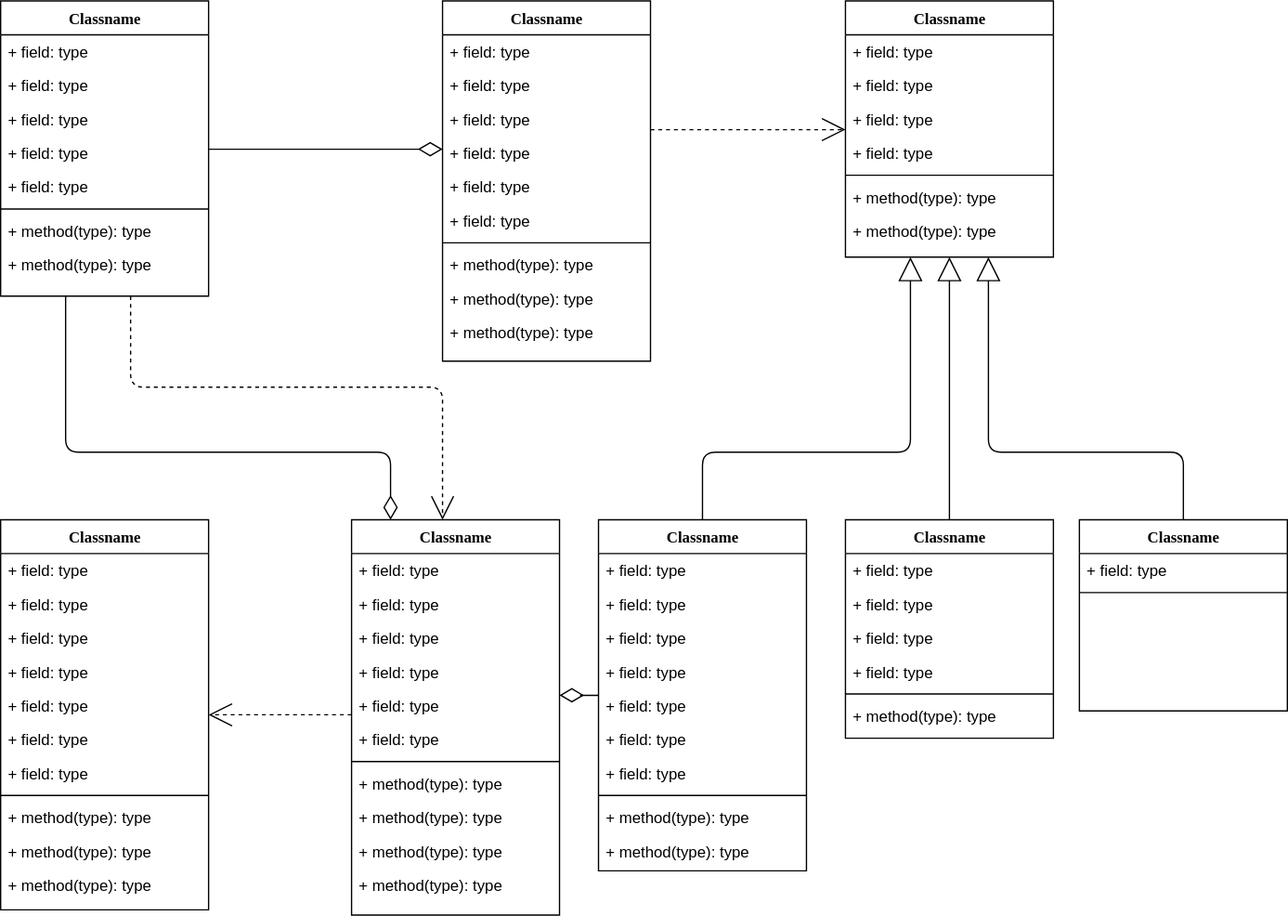
The draw.io diagram ScalableAppStructure.drawio.svg in dninov/ang-ngrx, before a commit. Source tidied: cells renumbered, new cells last; positions are measured from the earlier drawing's top-left corner, leaving out a move shared by most shapes.
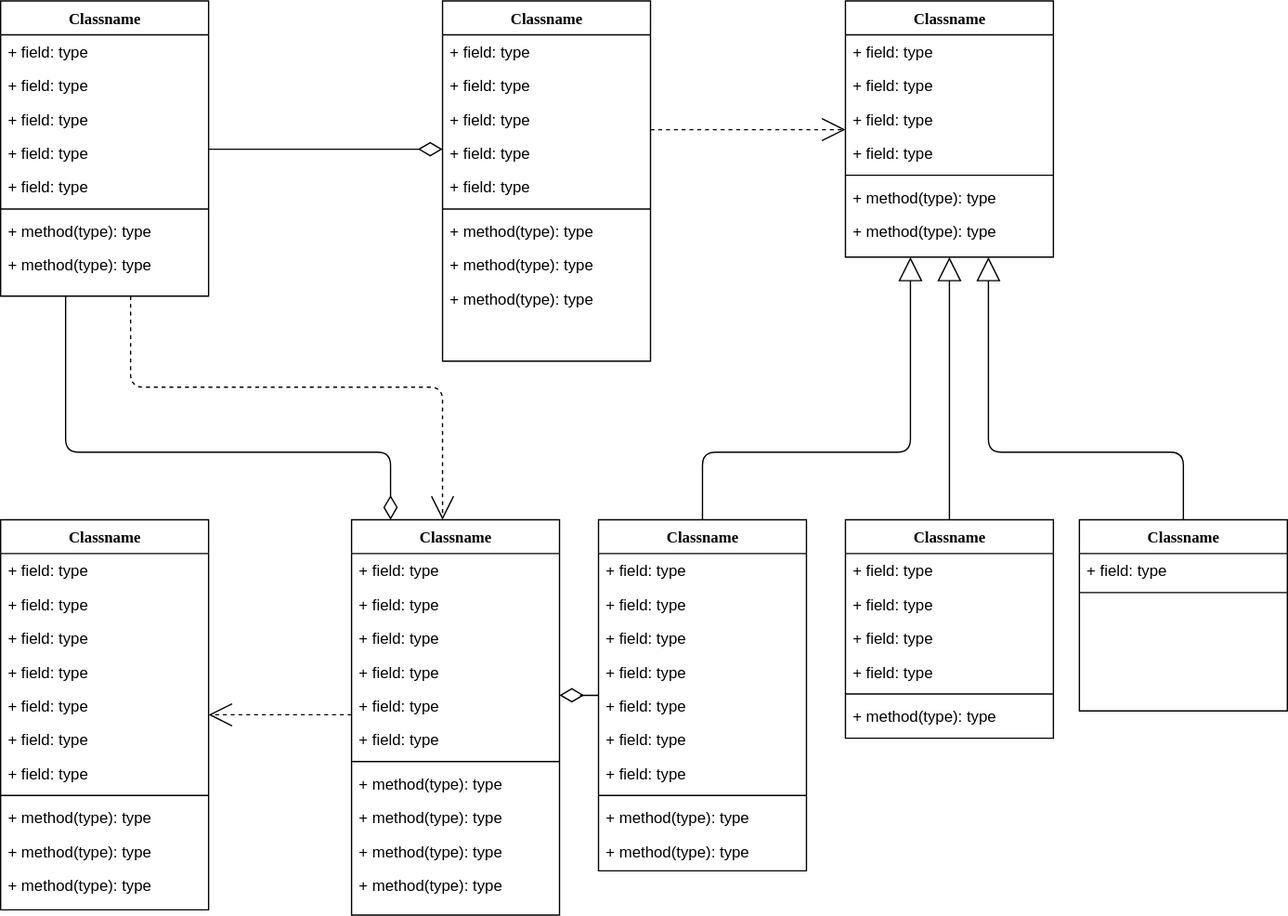
After the change.

The edit, as a diff of the source:
```diff
@@ -60,26 +60,23 @@
     <mxCell id="17" value="+ field: type" style="text;html=1;strokeColor=none;fillColor=none;align=left;verticalAlign=top;spacingLeft=4;spacingRight=4;whiteSpace=wrap;overflow=hidden;" parent="14" vertex="1">
       <mxGeometry y="78" width="160" height="26" as="geometry" />
     </mxCell>
-    <mxCell id="18" value="+ field: type" style="text;html=1;strokeColor=none;fillColor=none;align=left;verticalAlign=top;spacingLeft=4;spacingRight=4;whiteSpace=wrap;overflow=hidden;" parent="14" vertex="1">
-      <mxGeometry y="104" width="160" height="26" as="geometry" />
-    </mxCell>
     <mxCell id="19" value="+ field: type" style="text;html=1;strokeColor=none;fillColor=none;align=left;verticalAlign=top;spacingLeft=4;spacingRight=4;whiteSpace=wrap;overflow=hidden;" parent="14" vertex="1">
-      <mxGeometry y="130" width="160" height="26" as="geometry" />
+      <mxGeometry y="104" width="160" height="26" as="geometry" />
     </mxCell>
     <mxCell id="20" value="+ field: type" style="text;html=1;strokeColor=none;fillColor=none;align=left;verticalAlign=top;spacingLeft=4;spacingRight=4;whiteSpace=wrap;overflow=hidden;" parent="14" vertex="1">
-      <mxGeometry y="156" width="160" height="26" as="geometry" />
+      <mxGeometry y="130" width="160" height="26" as="geometry" />
     </mxCell>
     <mxCell id="21" style="line;html=1;strokeWidth=1;fillColor=none;align=left;verticalAlign=middle;spacingTop=-1;spacingLeft=3;spacingRight=3;labelPosition=right;" parent="14" vertex="1">
-      <mxGeometry y="182" width="160" height="8" as="geometry" />
+      <mxGeometry y="156" width="160" height="8" as="geometry" />
     </mxCell>
     <mxCell id="22" value="+ method(type): type" style="text;html=1;strokeColor=none;fillColor=none;align=left;verticalAlign=top;spacingLeft=4;spacingRight=4;whiteSpace=wrap;overflow=hidden;" parent="14" vertex="1">
-      <mxGeometry y="190" width="160" height="26" as="geometry" />
+      <mxGeometry y="164" width="160" height="26" as="geometry" />
     </mxCell>
     <mxCell id="23" value="+ method(type): type" style="text;html=1;strokeColor=none;fillColor=none;align=left;verticalAlign=top;spacingLeft=4;spacingRight=4;whiteSpace=wrap;overflow=hidden;" parent="14" vertex="1">
-      <mxGeometry y="216" width="160" height="26" as="geometry" />
+      <mxGeometry y="190" width="160" height="26" as="geometry" />
     </mxCell>
     <mxCell id="24" value="+ method(type): type" style="text;html=1;strokeColor=none;fillColor=none;align=left;verticalAlign=top;spacingLeft=4;spacingRight=4;whiteSpace=wrap;overflow=hidden;" parent="14" vertex="1">
-      <mxGeometry y="242" width="160" height="26" as="geometry" />
+      <mxGeometry y="216" width="160" height="26" as="geometry" />
     </mxCell>
     <mxCell id="25" value="Classname" style="swimlane;html=1;fontStyle=1;align=center;verticalAlign=top;horizontal=1;startSize=26;swimlaneFillColor=#ffffff;rounded=0;shadow=0;comic=0;labelBackgroundColor=none;strokeWidth=1;fillColor=none;fontFamily=Verdana;fontSize=12;" parent="1" vertex="1">
       <mxGeometry x="650" width="160" height="197" as="geometry" />
```
